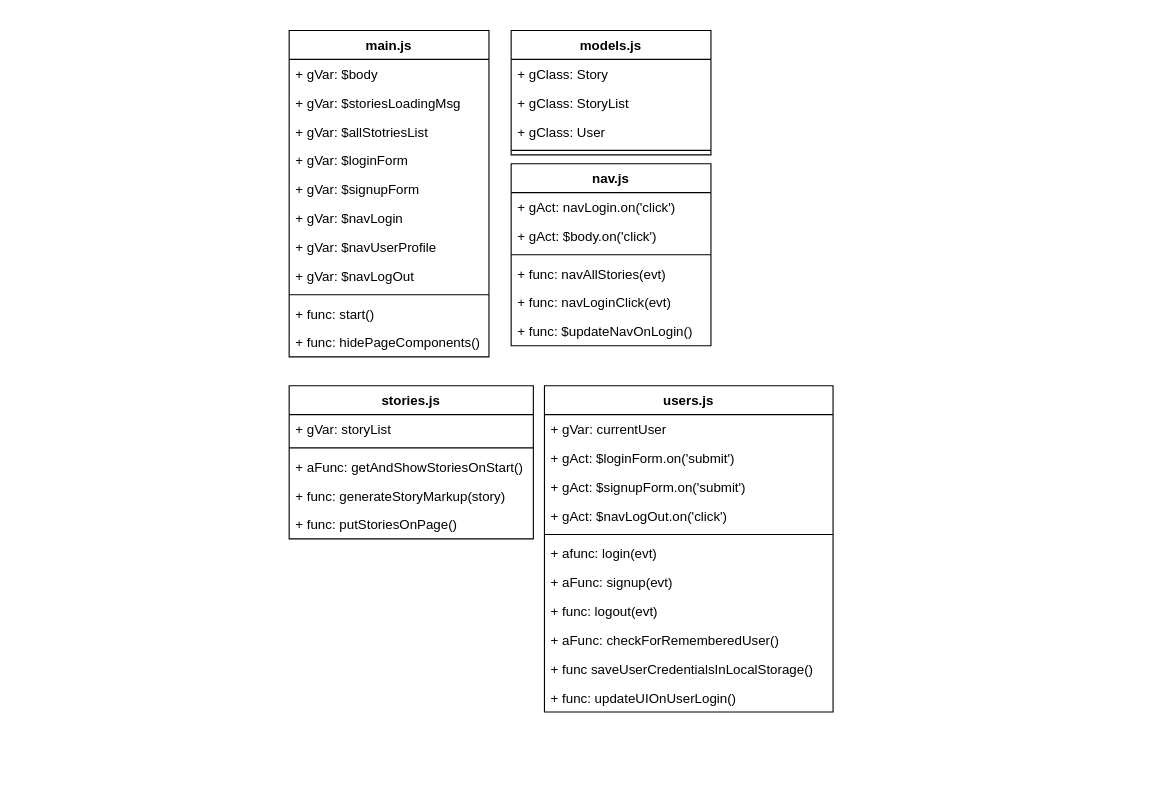
Earlier version of the draw.io diagram hackOrSnooze/Untitled Diagram.drawio (brianjburrow/draw.io). Source tidied: cells renumbered, new cells numbered last; positions are measured from the earlier drawing's top-left corner, leaving out a move shared by most shapes. Both pictures are drawn from the tidied source at 111%, with x=0, y=0 at pixel (289, 30).
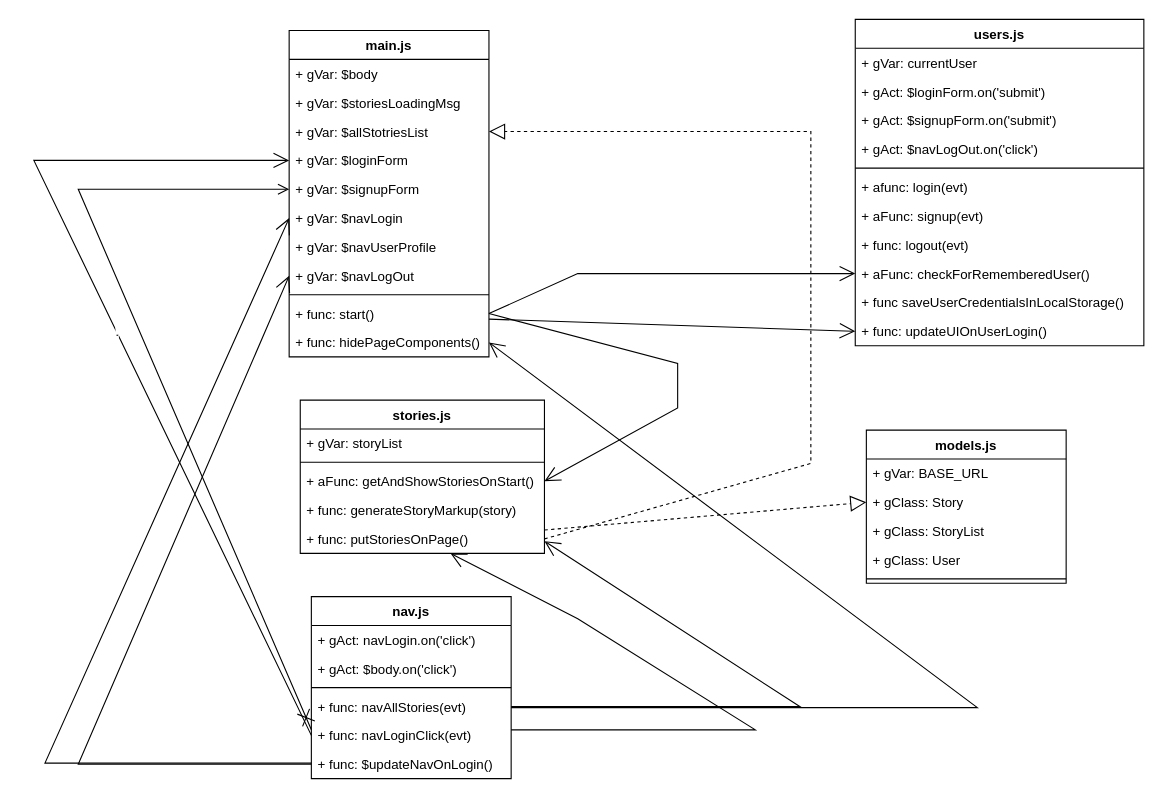
After the change.

The change refers to these unchanged cells:
```xml
<mxCell id="5" value="+ gVar: $allStotriesList" style="text;strokeColor=none;fillColor=none;align=left;verticalAlign=top;spacingLeft=4;spacingRight=4;overflow=hidden;points=[[0,0.5],[1,0.5]];portConstraint=eastwest;" parent="2" vertex="1">
  <mxGeometry y="78" width="180" height="26" as="geometry" />
</mxCell>
<mxCell id="6" value="+ gVar: $loginForm" style="text;strokeColor=none;fillColor=none;align=left;verticalAlign=top;spacingLeft=4;spacingRight=4;overflow=hidden;points=[[0,0.5],[1,0.5]];portConstraint=eastwest;" parent="2" vertex="1">
  <mxGeometry y="104" width="180" height="26" as="geometry" />
</mxCell>
<mxCell id="7" value="+ gVar: $signupForm" style="text;strokeColor=none;fillColor=none;align=left;verticalAlign=top;spacingLeft=4;spacingRight=4;overflow=hidden;points=[[0,0.5],[1,0.5]];portConstraint=eastwest;" parent="2" vertex="1">
  <mxGeometry y="130" width="180" height="26" as="geometry" />
</mxCell>
<mxCell id="8" value="+ gVar: $navLogin" style="text;strokeColor=none;fillColor=none;align=left;verticalAlign=top;spacingLeft=4;spacingRight=4;overflow=hidden;points=[[0,0.5],[1,0.5]];portConstraint=eastwest;" parent="2" vertex="1">
  <mxGeometry y="156" width="180" height="26" as="geometry" />
</mxCell>
<mxCell id="10" value="+ gVar: $navLogOut" style="text;strokeColor=none;fillColor=none;align=left;verticalAlign=top;spacingLeft=4;spacingRight=4;overflow=hidden;points=[[0,0.5],[1,0.5]];portConstraint=eastwest;" parent="2" vertex="1">
  <mxGeometry y="208" width="180" height="26" as="geometry" />
</mxCell>
<mxCell id="12" value="+ func: start()" style="text;strokeColor=none;fillColor=none;align=left;verticalAlign=top;spacingLeft=4;spacingRight=4;overflow=hidden;points=[[0,0.5],[1,0.5]];portConstraint=eastwest;" parent="2" vertex="1">
  <mxGeometry y="242" width="180" height="26" as="geometry" />
</mxCell>
<mxCell id="13" value="+ func: hidePageComponents()" style="text;strokeColor=none;fillColor=none;align=left;verticalAlign=top;spacingLeft=4;spacingRight=4;overflow=hidden;points=[[0,0.5],[1,0.5]];portConstraint=eastwest;" parent="2" vertex="1">
  <mxGeometry y="268" width="180" height="26" as="geometry" />
</mxCell>
<mxCell id="24" value="+ func: navLoginClick(evt)" style="text;strokeColor=none;fillColor=none;align=left;verticalAlign=top;spacingLeft=4;spacingRight=4;overflow=hidden;points=[[0,0.5],[1,0.5]];portConstraint=eastwest;" parent="19" vertex="1">
  <mxGeometry y="112" width="180" height="26" as="geometry" />
</mxCell>
<mxCell id="25" value="+ func: $updateNavOnLogin()" style="text;strokeColor=none;fillColor=none;align=left;verticalAlign=top;spacingLeft=4;spacingRight=4;overflow=hidden;points=[[0,0.5],[1,0.5]];portConstraint=eastwest;" parent="19" vertex="1">
  <mxGeometry y="138" width="180" height="26" as="geometry" />
</mxCell>
<mxCell id="29" value="+ aFunc: getAndShowStoriesOnStart()" style="text;strokeColor=none;fillColor=none;align=left;verticalAlign=top;spacingLeft=4;spacingRight=4;overflow=hidden;points=[[0,0.5],[1,0.5]];portConstraint=eastwest;" parent="26" vertex="1">
  <mxGeometry y="60" width="220" height="26" as="geometry" />
</mxCell>
<mxCell id="31" value="+ func: putStoriesOnPage()" style="text;strokeColor=none;fillColor=none;align=left;verticalAlign=top;spacingLeft=4;spacingRight=4;overflow=hidden;points=[[0,0.5],[1,0.5]];portConstraint=eastwest;" parent="26" vertex="1">
  <mxGeometry y="112" width="220" height="26" as="geometry" />
</mxCell>
<mxCell id="41" value="+ aFunc: checkForRememberedUser()" style="text;strokeColor=none;fillColor=none;align=left;verticalAlign=top;spacingLeft=4;spacingRight=4;overflow=hidden;points=[[0,0.5],[1,0.5]];portConstraint=eastwest;" parent="32" vertex="1">
  <mxGeometry y="216" width="260" height="26" as="geometry" />
</mxCell>
<mxCell id="43" value="+ func: updateUIOnUserLogin()" style="text;strokeColor=none;fillColor=none;align=left;verticalAlign=top;spacingLeft=4;spacingRight=4;overflow=hidden;points=[[0,0.5],[1,0.5]];portConstraint=eastwest;" parent="32" vertex="1">
  <mxGeometry y="268" width="260" height="26" as="geometry" />
</mxCell>
```

The edit, as a diff of the source:
```diff
@@
     <mxCell id="14" value="models.js" style="swimlane;fontStyle=1;align=center;verticalAlign=top;horizontal=1;startSize=26;" parent="1" vertex="1">
-      <mxGeometry x="200" width="180" height="112" as="geometry" />
+      <mxGeometry x="520" y="360" width="180" height="138" as="geometry" />
     </mxCell>
+    <mxCell id="44" value="+ gVar: BASE_URL" style="text;strokeColor=none;fillColor=none;align=left;verticalAlign=top;spacingLeft=4;spacingRight=4;overflow=hidden;" parent="14" vertex="1">
+      <mxGeometry y="26" width="180" height="26" as="geometry" />
+    </mxCell>
     <mxCell id="15" value="+ gClass: Story" style="text;strokeColor=none;fillColor=none;align=left;verticalAlign=top;spacingLeft=4;spacingRight=4;overflow=hidden;points=[[0,0.5],[1,0.5]];portConstraint=eastwest;" parent="14" vertex="1">
-      <mxGeometry y="26" width="180" height="26" as="geometry" />
+      <mxGeometry y="52" width="180" height="26" as="geometry" />
     </mxCell>
     <mxCell id="16" value="+ gClass: StoryList" style="text;strokeColor=none;fillColor=none;align=left;verticalAlign=top;spacingLeft=4;spacingRight=4;overflow=hidden;" parent="14" vertex="1">
-      <mxGeometry y="52" width="180" height="26" as="geometry" />
+      <mxGeometry y="78" width="180" height="26" as="geometry" />
     </mxCell>
     <mxCell id="17" value="+ gClass: User" style="text;strokeColor=none;fillColor=none;align=left;verticalAlign=top;spacingLeft=4;spacingRight=4;overflow=hidden;" parent="14" vertex="1">
-      <mxGeometry y="78" width="180" height="26" as="geometry" />
+      <mxGeometry y="104" width="180" height="26" as="geometry" />
     </mxCell>
     <mxCell id="18" style="line;strokeWidth=1;fillColor=none;align=left;verticalAlign=middle;spacingTop=-1;spacingLeft=3;spacingRight=3;labelPosition=right;" parent="14" vertex="1">
-      <mxGeometry y="104" width="180" height="8" as="geometry" />
+      <mxGeometry y="130" width="180" height="8" as="geometry" />
     </mxCell>
     <mxCell id="19" value="nav.js" style="swimlane;fontStyle=1;align=center;verticalAlign=top;horizontal=1;startSize=26;" parent="1" vertex="1">
-      <mxGeometry x="200" y="120" width="180" height="164" as="geometry" />
+      <mxGeometry x="20" y="510" width="180" height="164" as="geometry" />
     </mxCell>
@@
     <mxCell id="26" value="stories.js" style="swimlane;fontStyle=1;align=center;verticalAlign=top;horizontal=1;startSize=26;" parent="1" vertex="1">
-      <mxGeometry y="320" width="220" height="138" as="geometry" />
+      <mxGeometry x="10" y="333" width="220" height="138" as="geometry" />
     </mxCell>
@@
     <mxCell id="32" value="users.js" style="swimlane;fontStyle=1;align=center;verticalAlign=top;horizontal=1;startSize=26;" parent="1" vertex="1">
-      <mxGeometry x="230" y="320" width="260" height="294" as="geometry" />
+      <mxGeometry x="510" y="-10" width="260" height="294" as="geometry" />
     </mxCell>
@@
+    <mxCell id="45" style="endArrow=open;endFill=1;endSize=12;html=1;rounded=0;exitX=1;exitY=0.5;exitDx=0;exitDy=0;entryX=0;entryY=0.5;entryDx=0;entryDy=0;" parent="1" edge="1" source="12" target="41">
+      <mxGeometry relative="1" as="geometry">
+        <Array as="points">
+          <mxPoint x="260" y="219" />
+        </Array>
+      </mxGeometry>
+    </mxCell>
+    <mxCell id="46" style="endArrow=open;endFill=1;endSize=12;html=1;rounded=0;entryX=1;entryY=0.5;entryDx=0;entryDy=0;" parent="1" edge="1" target="29">
+      <mxGeometry relative="1" as="geometry">
+        <mxPoint x="180" y="255" as="sourcePoint" />
+        <Array as="points">
+          <mxPoint x="350" y="300" />
+          <mxPoint x="350" y="340" />
+        </Array>
+      </mxGeometry>
+    </mxCell>
+    <mxCell id="47" style="endArrow=open;endFill=1;endSize=12;html=1;rounded=0;entryX=0;entryY=0.5;entryDx=0;entryDy=0;" parent="1" edge="1" target="43">
+      <mxGeometry relative="1" as="geometry">
+        <mxPoint x="180" y="260" as="sourcePoint" />
+      </mxGeometry>
+    </mxCell>
+    <mxCell id="48" style="endArrow=open;endFill=1;endSize=12;html=1;rounded=0;entryX=1;entryY=0.5;entryDx=0;entryDy=0;" parent="1" edge="1" target="13">
+      <mxGeometry relative="1" as="geometry">
+        <mxPoint x="200" y="610" as="sourcePoint" />
+        <Array as="points">
+          <mxPoint x="620" y="610" />
+        </Array>
+      </mxGeometry>
+    </mxCell>
+    <mxCell id="49" style="endArrow=open;endFill=1;endSize=12;html=1;rounded=0;" parent="1" edge="1">
+      <mxGeometry relative="1" as="geometry">
+        <mxPoint x="200" y="609" as="sourcePoint" />
+        <mxPoint x="230" y="460" as="targetPoint" />
+        <Array as="points">
+          <mxPoint x="460" y="609" />
+        </Array>
+      </mxGeometry>
+    </mxCell>
+    <mxCell id="50" style="endArrow=open;endFill=1;endSize=12;html=1;rounded=0;" parent="1" edge="1" target="31">
+      <mxGeometry relative="1" as="geometry">
+        <mxPoint x="200" y="630" as="sourcePoint" />
+        <Array as="points">
+          <mxPoint x="420" y="630" />
+          <mxPoint x="260" y="530" />
+        </Array>
+      </mxGeometry>
+    </mxCell>
+    <mxCell id="51" style="endArrow=open;endFill=1;endSize=12;html=1;rounded=0;exitX=0;exitY=0.5;exitDx=0;exitDy=0;entryX=0;entryY=0.5;entryDx=0;entryDy=0;" parent="1" edge="1" source="25" target="10">
+      <mxGeometry relative="1" as="geometry">
+        <Array as="points">
+          <mxPoint x="-190" y="661" />
+        </Array>
+      </mxGeometry>
+    </mxCell>
+    <mxCell id="52" value="." style="endArrow=open;endFill=1;endSize=12;html=1;rounded=0;exitX=0;exitY=0.5;exitDx=0;exitDy=0;entryX=0;entryY=0.5;entryDx=0;entryDy=0;" parent="1" edge="1" source="24" target="6">
+      <mxGeometry relative="1" as="geometry">
+        <Array as="points">
+          <mxPoint x="-230" y="117" />
+        </Array>
+      </mxGeometry>
+    </mxCell>
+    <mxCell id="53" style="endArrow=open;startArrow=cross;endFill=0;startFill=0;endSize=8;startSize=10;html=1;rounded=0;entryX=0;entryY=0.5;entryDx=0;entryDy=0;" parent="1" edge="1" target="7">
+      <mxGeometry relative="1" as="geometry">
+        <mxPoint x="20" y="630" as="sourcePoint" />
+        <Array as="points">
+          <mxPoint x="-190" y="143" />
+        </Array>
+      </mxGeometry>
+    </mxCell>
+    <mxCell id="54" style="endArrow=open;endFill=1;endSize=12;html=1;rounded=0;entryX=0;entryY=0.5;entryDx=0;entryDy=0;" parent="1" edge="1" target="8">
+      <mxGeometry relative="1" as="geometry">
+        <mxPoint x="20" y="660" as="sourcePoint" />
+        <Array as="points">
+          <mxPoint x="-220" y="660" />
+        </Array>
+      </mxGeometry>
+    </mxCell>
+    <mxCell id="55" style="endArrow=block;dashed=1;endFill=0;endSize=12;html=1;rounded=0;entryX=0;entryY=0.5;entryDx=0;entryDy=0;" parent="1" edge="1" target="15">
+      <mxGeometry relative="1" as="geometry">
+        <mxPoint x="230" y="450" as="sourcePoint" />
+      </mxGeometry>
+    </mxCell>
+    <mxCell id="56" style="endArrow=block;dashed=1;endFill=0;endSize=12;html=1;rounded=0;entryX=1;entryY=0.5;entryDx=0;entryDy=0;exitX=1;exitY=0.5;exitDx=0;exitDy=0;" parent="1" edge="1" source="31" target="5">
+      <mxGeometry relative="1" as="geometry">
+        <Array as="points">
+          <mxPoint x="470" y="390" />
+          <mxPoint x="470" y="310" />
+          <mxPoint x="470" y="91" />
+        </Array>
+      </mxGeometry>
+    </mxCell>
```
